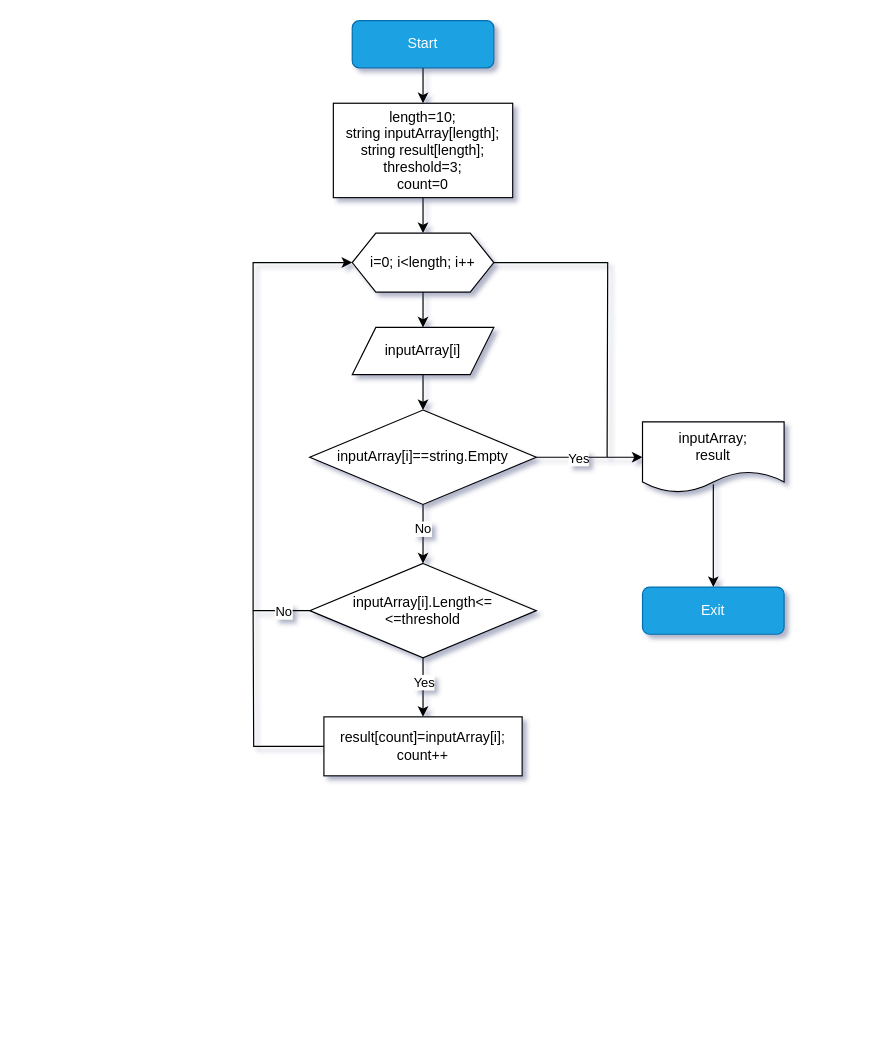
The draw.io diagram String-filter.drawio in AndrewGurin/String-filter, before the edit. Source tidied: cells renumbered, new cells numbered last; positions are measured from the earlier drawing's top-left corner, leaving out a move shared by most shapes. Both pictures are drawn from the tidied source at 118%, with x=0, y=0 at pixel (253, 20).
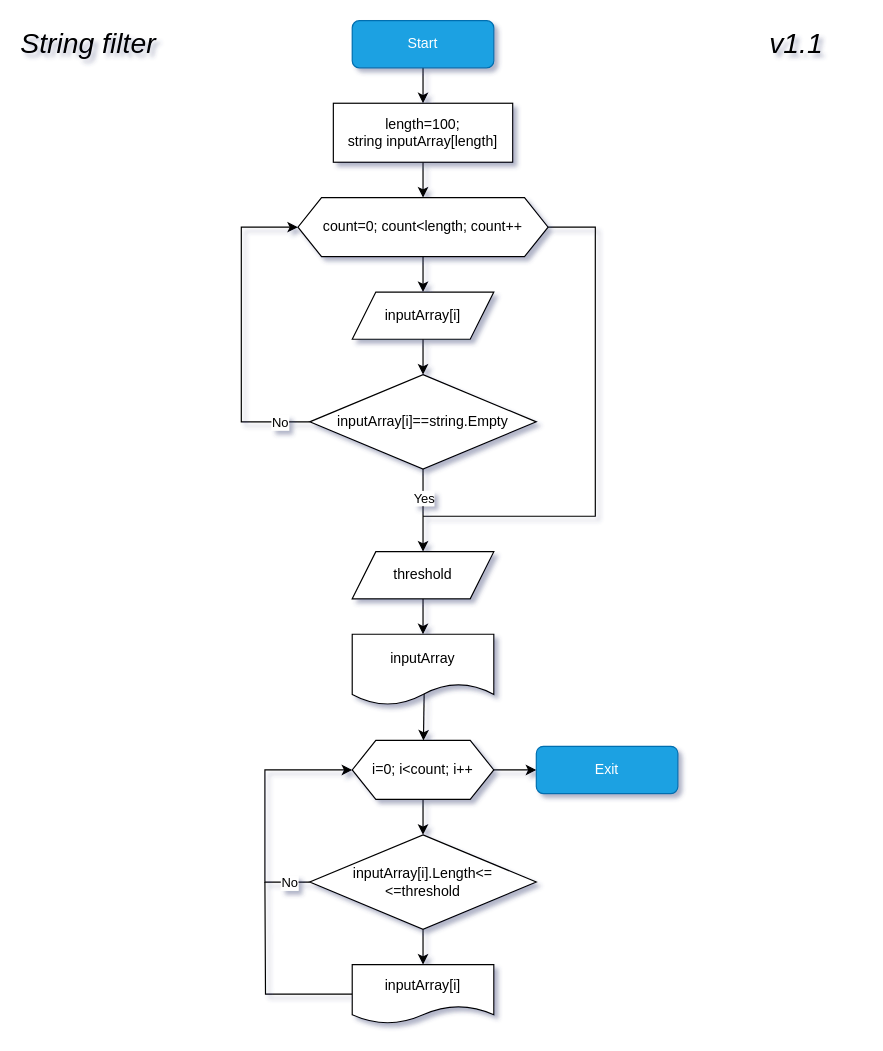
Above is the later version.

Commit message:
Готова блок-схема версии 1.1

Diff of the diagram source:
```diff
@@
-    <mxCell id="5" value="length=10;&lt;br&gt;string inputArray[length];&lt;br&gt;string result[length];&lt;br&gt;threshold=3;&lt;br&gt;count=0" style="rounded=0;whiteSpace=wrap;html=1;" parent="1" vertex="1">
-      <mxGeometry x="68" y="70" width="152" height="80" as="geometry" />
+    <mxCell id="5" value="length=100;&lt;br&gt;string inputArray[length]" style="rounded=0;whiteSpace=wrap;html=1;" parent="1" vertex="1">
+      <mxGeometry x="68" y="70" width="152" height="50" as="geometry" />
     </mxCell>
@@
     <mxCell id="7" style="edgeStyle=orthogonalEdgeStyle;rounded=0;html=1;endArrow=none;endFill=0;" parent="1" edge="1" source="8">
       <mxGeometry relative="1" as="geometry">
-        <mxPoint x="300" y="370" as="targetPoint" />
+        <mxPoint x="144" y="420" as="targetPoint" />
+        <Array as="points">
+          <mxPoint x="290" y="175" />
+          <mxPoint x="290" y="420" />
+        </Array>
       </mxGeometry>
     </mxCell>
-    <mxCell id="8" value="i=0; i&amp;lt;length; i++" style="shape=hexagon;perimeter=hexagonPerimeter2;whiteSpace=wrap;html=1;fixedSize=1;rounded=0;" parent="1" vertex="1">
-      <mxGeometry x="84" y="180" width="120" height="50" as="geometry" />
+    <mxCell id="8" value="count=0; count&amp;lt;length; count++" style="shape=hexagon;perimeter=hexagonPerimeter2;whiteSpace=wrap;html=1;fixedSize=1;rounded=0;" parent="1" vertex="1">
+      <mxGeometry x="38" y="150" width="212" height="50" as="geometry" />
     </mxCell>
@@
     <mxCell id="10" value="inputArray[i]" style="shape=parallelogram;perimeter=parallelogramPerimeter;whiteSpace=wrap;html=1;fixedSize=1;rounded=0;" parent="1" vertex="1">
-      <mxGeometry x="84" y="260" width="120" height="40" as="geometry" />
+      <mxGeometry x="84" y="230" width="120" height="40" as="geometry" />
     </mxCell>
-    <mxCell id="11" style="edgeStyle=orthogonalEdgeStyle;rounded=0;html=1;entryX=0;entryY=0.5;entryDx=0;entryDy=0;" parent="1" edge="1" source="15" target="24">
-      <mxGeometry relative="1" as="geometry" />
-    </mxCell>
-    <mxCell id="12" value="Yes" style="edgeLabel;html=1;align=center;verticalAlign=middle;" parent="11" vertex="1">
-      <mxGeometry x="-0.23" relative="1" as="geometry" />
-    </mxCell>
-    <mxCell id="13" style="edgeStyle=orthogonalEdgeStyle;rounded=0;html=1;" parent="1" edge="1" source="15" target="20">
-      <mxGeometry relative="1" as="geometry" />
-    </mxCell>
-    <mxCell id="14" value="No" style="edgeLabel;html=1;align=center;verticalAlign=middle;" parent="13" vertex="1">
-      <mxGeometry x="-0.2" y="-1" relative="1" as="geometry" />
-    </mxCell>
+    <mxCell id="26" style="edgeStyle=orthogonalEdgeStyle;rounded=0;html=1;entryX=0;entryY=0.5;entryDx=0;entryDy=0;" parent="1" edge="1" source="15" target="8">
+      <mxGeometry relative="1" as="geometry">
+        <Array as="points">
+          <mxPoint x="-10" y="340" />
+          <mxPoint x="-10" y="175" />
+        </Array>
+      </mxGeometry>
+    </mxCell>
+    <mxCell id="27" value="No" style="edgeLabel;html=1;align=center;verticalAlign=middle;" parent="26" vertex="1">
+      <mxGeometry x="-0.91" y="-2" relative="1" as="geometry">
+        <mxPoint x="-14" y="2" as="offset" />
+      </mxGeometry>
+    </mxCell>
+    <mxCell id="28" style="edgeStyle=orthogonalEdgeStyle;rounded=0;html=1;entryX=0.5;entryY=0;entryDx=0;entryDy=0;" parent="1" edge="1" source="15" target="40">
+      <mxGeometry relative="1" as="geometry" />
+    </mxCell>
+    <mxCell id="29" value="Yes" style="edgeLabel;html=1;align=center;verticalAlign=middle;" parent="28" vertex="1">
+      <mxGeometry x="-0.2" y="3" relative="1" as="geometry">
+        <mxPoint x="-3" y="-4" as="offset" />
+      </mxGeometry>
+    </mxCell>
     <mxCell id="15" value="&lt;span&gt;inputArray[i]==string.Empty&lt;/span&gt;" style="rhombus;whiteSpace=wrap;html=1;rounded=0;" parent="1" vertex="1">
-      <mxGeometry x="48" y="330" width="192" height="80" as="geometry" />
+      <mxGeometry x="48" y="300" width="192" height="80" as="geometry" />
     </mxCell>
-    <mxCell id="16" style="edgeStyle=orthogonalEdgeStyle;rounded=0;html=1;entryX=0;entryY=0.5;entryDx=0;entryDy=0;" parent="1" edge="1" source="20" target="8">
-      <mxGeometry relative="1" as="geometry">
-        <Array as="points">
-          <mxPoint y="500" />
-          <mxPoint y="205" />
-        </Array>
-      </mxGeometry>
-    </mxCell>
-    <mxCell id="17" value="No" style="edgeLabel;html=1;align=center;verticalAlign=middle;" parent="16" vertex="1">
-      <mxGeometry x="-0.9" y="1" relative="1" as="geometry">
-        <mxPoint x="-2" y="-1" as="offset" />
-      </mxGeometry>
-    </mxCell>
-    <mxCell id="18" style="edgeStyle=orthogonalEdgeStyle;rounded=0;html=1;" parent="1" edge="1" source="20" target="22">
-      <mxGeometry relative="1" as="geometry" />
-    </mxCell>
-    <mxCell id="19" value="Yes" style="edgeLabel;html=1;align=center;verticalAlign=middle;" parent="18" vertex="1">
-      <mxGeometry x="0.22" y="-1" relative="1" as="geometry">
-        <mxPoint x="1" y="-11" as="offset" />
-      </mxGeometry>
-    </mxCell>
+    <mxCell id="30" style="edgeStyle=orthogonalEdgeStyle;html=1;rounded=0;entryX=0;entryY=0.5;entryDx=0;entryDy=0;" parent="1" edge="1" source="20" target="38">
+      <mxGeometry relative="1" as="geometry">
+        <Array as="points">
+          <mxPoint x="10" y="730" />
+          <mxPoint x="10" y="635" />
+        </Array>
+      </mxGeometry>
+    </mxCell>
+    <mxCell id="31" value="No" style="edgeLabel;html=1;align=center;verticalAlign=middle;" parent="30" vertex="1">
+      <mxGeometry x="-0.71" y="3" relative="1" as="geometry">
+        <mxPoint x="12" y="-3" as="offset" />
+      </mxGeometry>
+    </mxCell>
+    <mxCell id="32" style="edgeStyle=orthogonalEdgeStyle;rounded=0;html=1;" parent="1" edge="1" source="20" target="42">
+      <mxGeometry relative="1" as="geometry" />
+    </mxCell>
     <mxCell id="20" value="&lt;span&gt;inputArray[i].Length&amp;lt;=&lt;br&gt;&amp;lt;=threshold&lt;br&gt;&lt;/span&gt;" style="rhombus;whiteSpace=wrap;html=1;rounded=0;" parent="1" vertex="1">
-      <mxGeometry x="48" y="460" width="192" height="80" as="geometry" />
+      <mxGeometry x="48" y="690" width="192" height="80" as="geometry" />
     </mxCell>
-    <mxCell id="21" style="edgeStyle=orthogonalEdgeStyle;rounded=0;html=1;endArrow=none;endFill=0;" parent="1" edge="1" source="22">
-      <mxGeometry relative="1" as="geometry">
-        <mxPoint y="500" as="targetPoint" />
-      </mxGeometry>
-    </mxCell>
-    <mxCell id="22" value="result[count]=inputArray[i];&lt;br&gt;count++" style="whiteSpace=wrap;html=1;rounded=0;" parent="1" vertex="1">
-      <mxGeometry x="60" y="590" width="168" height="50" as="geometry" />
-    </mxCell>
-    <mxCell id="23" style="edgeStyle=orthogonalEdgeStyle;rounded=0;html=1;endArrow=classic;endFill=1;exitX=0.5;exitY=0.883;exitDx=0;exitDy=0;exitPerimeter=0;" parent="1" edge="1" source="24" target="25">
-      <mxGeometry relative="1" as="geometry" />
-    </mxCell>
+    <mxCell id="33" style="edgeStyle=none;html=1;exitX=0.508;exitY=0.817;exitDx=0;exitDy=0;exitPerimeter=0;" parent="1" edge="1" source="24" target="38">
+      <mxGeometry relative="1" as="geometry" />
+    </mxCell>
-    <mxCell id="24" value="inputArray;&lt;br&gt;result" style="shape=document;whiteSpace=wrap;html=1;boundedLbl=1;" parent="1" vertex="1">
-      <mxGeometry x="330" y="340" width="120" height="60" as="geometry" />
+    <mxCell id="24" value="inputArray" style="shape=document;whiteSpace=wrap;html=1;boundedLbl=1;" parent="1" vertex="1">
+      <mxGeometry x="84" y="520" width="120" height="60" as="geometry" />
     </mxCell>
+    <mxCell id="34" value="&lt;span style=&quot;font-weight: normal&quot;&gt;&lt;i&gt;v1.1&lt;/i&gt;&lt;/span&gt;" style="text;strokeColor=none;fillColor=none;html=1;fontSize=24;fontStyle=1;verticalAlign=middle;align=center;" parent="1" vertex="1">
+      <mxGeometry x="410" width="100" height="40" as="geometry" />
+    </mxCell>
+    <mxCell id="35" value="&lt;span style=&quot;font-weight: normal&quot;&gt;&lt;i&gt;String filter&lt;/i&gt;&lt;/span&gt;" style="text;strokeColor=none;fillColor=none;html=1;fontSize=24;fontStyle=1;verticalAlign=middle;align=center;" parent="1" vertex="1">
+      <mxGeometry x="-190" width="100" height="40" as="geometry" />
+    </mxCell>
+    <mxCell id="36" style="edgeStyle=none;html=1;" parent="1" edge="1" source="38" target="20">
+      <mxGeometry relative="1" as="geometry" />
+    </mxCell>
+    <mxCell id="37" style="edgeStyle=orthogonalEdgeStyle;rounded=0;html=1;endArrow=classic;endFill=1;" parent="1" edge="1" source="38" target="25">
+      <mxGeometry relative="1" as="geometry" />
+    </mxCell>
+    <mxCell id="38" value="i=0; i&amp;lt;count; i++" style="shape=hexagon;perimeter=hexagonPerimeter2;whiteSpace=wrap;html=1;fixedSize=1;" parent="1" vertex="1">
+      <mxGeometry x="84" y="610" width="120" height="50" as="geometry" />
+    </mxCell>
+    <mxCell id="39" style="edgeStyle=none;html=1;" parent="1" edge="1" source="40" target="24">
+      <mxGeometry relative="1" as="geometry" />
+    </mxCell>
+    <mxCell id="40" value="&lt;span&gt;threshold&lt;/span&gt;" style="shape=parallelogram;perimeter=parallelogramPerimeter;whiteSpace=wrap;html=1;fixedSize=1;" parent="1" vertex="1">
+      <mxGeometry x="84" y="450" width="120" height="40" as="geometry" />
+    </mxCell>
+    <mxCell id="41" style="edgeStyle=orthogonalEdgeStyle;rounded=0;html=1;endArrow=none;endFill=0;" parent="1" edge="1" source="42">
+      <mxGeometry relative="1" as="geometry">
+        <mxPoint x="10" y="730" as="targetPoint" />
+      </mxGeometry>
+    </mxCell>
+    <mxCell id="42" value="inputArray[i]" style="shape=document;whiteSpace=wrap;html=1;boundedLbl=1;rounded=0;" parent="1" vertex="1">
+      <mxGeometry x="84" y="800" width="120" height="50" as="geometry" />
+    </mxCell>
     <mxCell id="25" value="Exit" style="rounded=1;whiteSpace=wrap;html=1;fillColor=#1ba1e2;fontColor=#ffffff;strokeColor=#006EAF;" parent="1" vertex="1">
-      <mxGeometry x="330" y="480" width="120" height="40" as="geometry" />
+      <mxGeometry x="240" y="615" width="120" height="40" as="geometry" />
     </mxCell>
```
